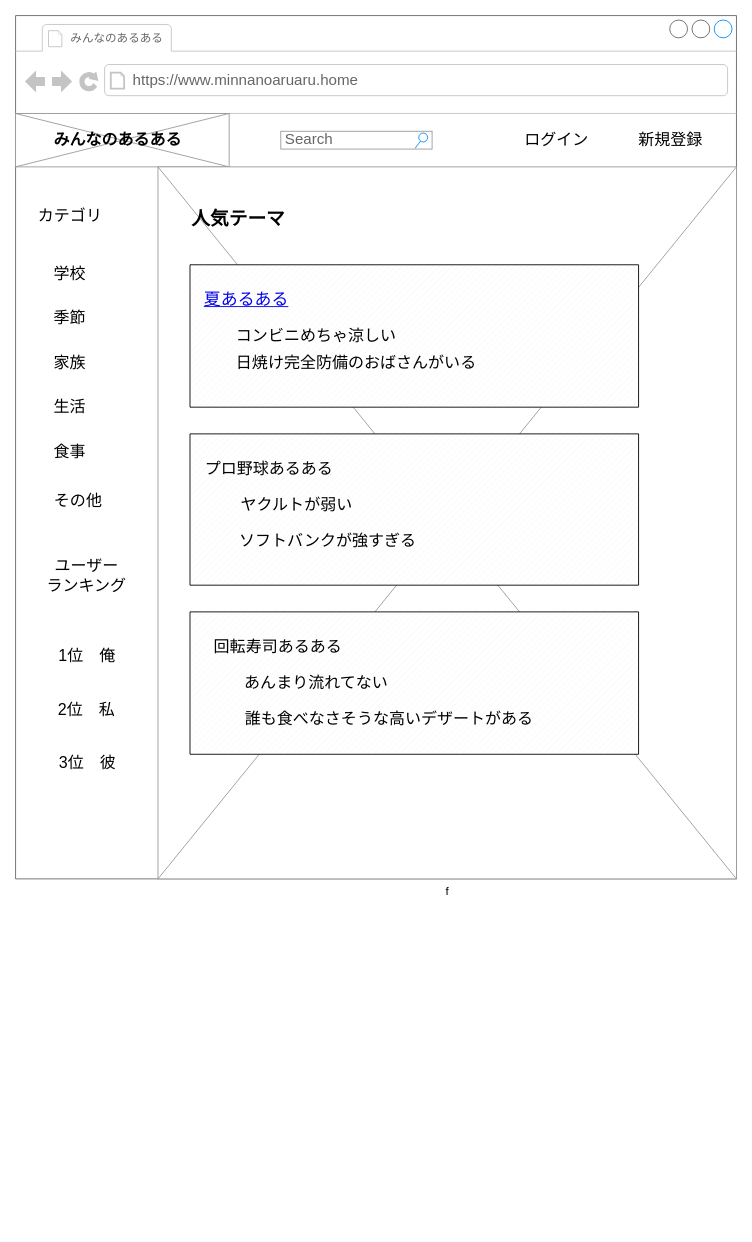
Before: page "トップ" (1 of 2) of 名称未設定ファイル.drawio in hironobu0824/aruaruapp, a draw.io diagram. Source tidied: cells renumbered, new cells numbered last; positions are measured from the earlier drawing's top-left corner, leaving out a move shared by most shapes. Both pictures are drawn from the tidied source at 89%, with x=0, y=0 at pixel (15, 15).
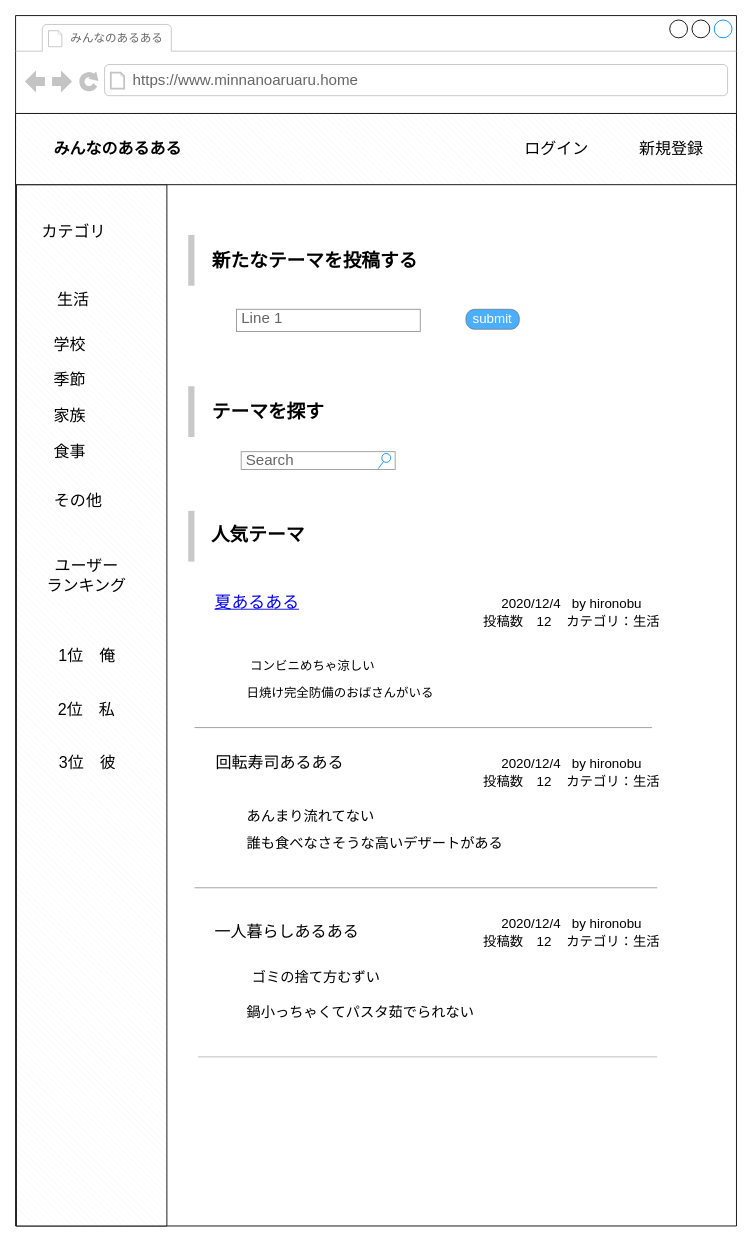
After the change.

Change to the diagram source:
```diff
@@
-    <mxCell id="2" style="strokeWidth=1;shadow=0;dashed=0;align=center;html=1;shape=mxgraph.mockup.containers.browserWindow;rSize=0;strokeColor=#666666;strokeColor2=#008cff;strokeColor3=#c4c4c4;mainText=,;labelBorderColor=#000000;fontSize=13;" parent="1" vertex="1">
-      <mxGeometry width="810" height="970" as="geometry" />
+    <mxCell id="2" style="strokeWidth=1;shadow=0;dashed=0;align=center;html=1;shape=mxgraph.mockup.containers.browserWindow;rSize=0;strokeColor2=#008cff;strokeColor3=#c4c4c4;mainText=,;labelBorderColor=#000000;fontSize=13;" parent="1" vertex="1">
+      <mxGeometry width="810" height="1360" as="geometry" />
     </mxCell>
+    <mxCell id="35" style="verticalLabelPosition=bottom;verticalAlign=top;html=1;shape=mxgraph.basic.patternFillRect;fillStyle=diagRev;step=5;fillStrokeWidth=0.2;fillStrokeColor=#dddddd;fontSize=18;align=left;" parent="2" vertex="1">
+      <mxGeometry x="1" y="190" width="169" height="1170" as="geometry" />
+    </mxCell>
+    <mxCell id="36" style="verticalLabelPosition=bottom;verticalAlign=top;html=1;shape=mxgraph.basic.patternFillRect;fillStyle=diagRev;step=5;fillStrokeWidth=0.2;fillStrokeColor=#dddddd;fontSize=18;align=left;" parent="2" vertex="1">
+      <mxGeometry y="110" width="810" height="80" as="geometry" />
+    </mxCell>
@@
-    <mxCell id="5" style="verticalLabelPosition=bottom;shadow=0;dashed=0;align=center;html=1;verticalAlign=top;strokeWidth=1;shape=mxgraph.mockup.graphics.simpleIcon;strokeColor=#999999;fontSize=13;" parent="2" vertex="1">
-      <mxGeometry y="110" width="240" height="60" as="geometry" />
-    </mxCell>
-    <mxCell id="6" value="f" style="verticalLabelPosition=bottom;shadow=0;dashed=0;align=center;html=1;verticalAlign=top;strokeWidth=1;shape=mxgraph.mockup.graphics.simpleIcon;strokeColor=#999999;fontSize=13;" parent="2" vertex="1">
-      <mxGeometry x="160" y="170" width="650" height="800" as="geometry" />
-    </mxCell>
     <mxCell id="7" value="みんなのあるある" style="text;html=1;strokeColor=none;fillColor=none;align=center;verticalAlign=middle;whiteSpace=wrap;rounded=0;fontSize=18;fontStyle=1;" parent="2" vertex="1">
-      <mxGeometry y="110" width="230" height="60" as="geometry" />
+      <mxGeometry y="120" width="230" height="60" as="geometry" />
     </mxCell>
     <mxCell id="8" value="Search" style="strokeWidth=1;shadow=0;dashed=0;align=center;html=1;shape=mxgraph.mockup.forms.searchBox;strokeColor=#999999;mainText=;strokeColor2=#008cff;fontColor=#666666;fontSize=17;align=left;spacingLeft=3;" parent="2" vertex="1">
-      <mxGeometry x="298" y="130" width="170" height="20" as="geometry" />
+      <mxGeometry x="253.5" y="490" width="173" height="20" as="geometry" />
     </mxCell>
     <mxCell id="9" value="ログイン" style="text;html=1;strokeColor=none;fillColor=none;align=center;verticalAlign=middle;whiteSpace=wrap;rounded=0;fontSize=18;" parent="2" vertex="1">
-      <mxGeometry x="566" y="130" width="84" height="20" as="geometry" />
+      <mxGeometry x="566" y="140" width="84" height="20" as="geometry" />
     </mxCell>
     <mxCell id="10" value="新規登録" style="text;html=1;strokeColor=none;fillColor=none;align=center;verticalAlign=middle;whiteSpace=wrap;rounded=0;fontSize=18;" parent="2" vertex="1">
-      <mxGeometry x="699" y="130" width="74" height="20" as="geometry" />
+      <mxGeometry x="700" y="140" width="74" height="20" as="geometry" />
     </mxCell>
     <mxCell id="11" value="カテゴリ" style="text;html=1;align=center;verticalAlign=middle;fontSize=18;" parent="2" vertex="1">
-      <mxGeometry x="16" y="210" width="90" height="30" as="geometry" />
+      <mxGeometry x="20" y="227.5" width="90" height="30" as="geometry" />
     </mxCell>
     <mxCell id="12" value="学校" style="text;html=1;strokeColor=none;fillColor=none;align=center;verticalAlign=middle;whiteSpace=wrap;rounded=0;fontSize=18;" parent="2" vertex="1">
-      <mxGeometry x="41" y="280" width="40" height="20" as="geometry" />
+      <mxGeometry x="41" y="360" width="40" height="20" as="geometry" />
     </mxCell>
     <mxCell id="13" value="季節" style="text;html=1;strokeColor=none;fillColor=none;align=center;verticalAlign=middle;whiteSpace=wrap;rounded=0;fontSize=18;" parent="2" vertex="1">
-      <mxGeometry x="41" y="330" width="40" height="20" as="geometry" />
+      <mxGeometry x="41" y="400" width="40" height="20" as="geometry" />
     </mxCell>
     <mxCell id="14" value="家族" style="text;html=1;strokeColor=none;fillColor=none;align=center;verticalAlign=middle;whiteSpace=wrap;rounded=0;fontSize=18;" parent="2" vertex="1">
-      <mxGeometry x="41" y="380" width="40" height="20" as="geometry" />
+      <mxGeometry x="41" y="440" width="40" height="20" as="geometry" />
     </mxCell>
-    <mxCell id="15" value="生活" style="text;html=1;strokeColor=none;fillColor=none;align=center;verticalAlign=middle;whiteSpace=wrap;rounded=0;fontSize=18;" parent="2" vertex="1">
-      <mxGeometry x="41" y="430" width="40" height="20" as="geometry" />
-    </mxCell>
@@
-    <mxCell id="22" style="verticalLabelPosition=bottom;verticalAlign=top;html=1;shape=mxgraph.basic.patternFillRect;fillStyle=diag;step=5;fillStrokeWidth=0.2;fillStrokeColor=#dddddd;fontSize=18;align=left;" parent="2" vertex="1">
-      <mxGeometry x="196" y="280" width="504" height="160" as="geometry" />
-    </mxCell>
-    <mxCell id="23" style="verticalLabelPosition=bottom;verticalAlign=top;html=1;shape=mxgraph.basic.patternFillRect;fillStyle=diag;step=5;fillStrokeWidth=0.2;fillStrokeColor=#dddddd;fontSize=18;align=left;" parent="2" vertex="1">
-      <mxGeometry x="196" y="470" width="504" height="170" as="geometry" />
-    </mxCell>
-    <mxCell id="24" style="verticalLabelPosition=bottom;verticalAlign=top;html=1;shape=mxgraph.basic.patternFillRect;fillStyle=diag;step=5;fillStrokeWidth=0.2;fillStrokeColor=#dddddd;fontSize=18;align=left;" parent="2" vertex="1">
-      <mxGeometry x="196" y="670" width="504" height="160" as="geometry" />
-    </mxCell>
     <mxCell id="25" value="&lt;font style=&quot;font-size: 21px&quot;&gt;人気テーマ&lt;/font&gt;" style="text;html=1;strokeColor=none;fillColor=none;align=left;verticalAlign=middle;whiteSpace=wrap;rounded=0;fontSize=18;fontStyle=1;" parent="2" vertex="1">
-      <mxGeometry x="196" y="205" width="244" height="45" as="geometry" />
+      <mxGeometry x="218" y="560" width="244" height="45" as="geometry" />
     </mxCell>
     <mxCell id="26" value="&lt;font style=&quot;font-size: 19px&quot;&gt;&lt;a href=&quot;ページ2&quot;&gt;夏あるある&lt;/a&gt;&lt;/font&gt;" style="text;html=1;strokeColor=none;fillColor=none;align=left;verticalAlign=middle;whiteSpace=wrap;rounded=0;fontSize=18;" parent="2" vertex="1">
-      <mxGeometry x="210" y="300" width="120" height="40" as="geometry" />
+      <mxGeometry x="222" y="640" width="120" height="40" as="geometry" />
     </mxCell>
-    <mxCell id="27" value="コンビニめちゃ涼しい" style="text;html=1;strokeColor=none;fillColor=none;align=left;verticalAlign=middle;whiteSpace=wrap;rounded=0;fontSize=18;" parent="2" vertex="1">
-      <mxGeometry x="246" y="350" width="204" height="20" as="geometry" />
+    <mxCell id="27" value="&lt;font style=&quot;font-size: 14px&quot;&gt;コンビニめちゃ涼しい&lt;/font&gt;" style="text;html=1;strokeColor=none;fillColor=none;align=left;verticalAlign=middle;whiteSpace=wrap;rounded=0;fontSize=16;" parent="2" vertex="1">
+      <mxGeometry x="262" y="720" width="204" height="20" as="geometry" />
     </mxCell>
-    <mxCell id="28" value="日焼け完全防備のおばさんがいる" style="text;html=1;strokeColor=none;fillColor=none;align=left;verticalAlign=middle;whiteSpace=wrap;rounded=0;fontSize=18;" parent="2" vertex="1">
-      <mxGeometry x="246" y="380" width="274" height="20" as="geometry" />
+    <mxCell id="28" value="&lt;font style=&quot;font-size: 14px&quot;&gt;日焼け完全防備のおばさんがいる&lt;/font&gt;" style="text;html=1;strokeColor=none;fillColor=none;align=left;verticalAlign=middle;whiteSpace=wrap;rounded=0;fontSize=16;" parent="2" vertex="1">
+      <mxGeometry x="258" y="750" width="274" height="20" as="geometry" />
     </mxCell>
-    <mxCell id="29" value="プロ野球あるある" style="text;html=1;strokeColor=none;fillColor=none;align=center;verticalAlign=middle;whiteSpace=wrap;rounded=0;fontSize=18;" parent="2" vertex="1">
-      <mxGeometry x="210" y="500" width="150" height="20" as="geometry" />
-    </mxCell>
-    <mxCell id="30" value="ヤクルトが弱い" style="text;html=1;strokeColor=none;fillColor=none;align=center;verticalAlign=middle;whiteSpace=wrap;rounded=0;fontSize=18;" parent="2" vertex="1">
-      <mxGeometry x="246" y="540" width="140" height="20" as="geometry" />
-    </mxCell>
-    <mxCell id="31" value="ソフトバンクが強すぎる" style="text;html=1;strokeColor=none;fillColor=none;align=center;verticalAlign=middle;whiteSpace=wrap;rounded=0;fontSize=18;" parent="2" vertex="1">
-      <mxGeometry x="246" y="580" width="210" height="20" as="geometry" />
-    </mxCell>
     <mxCell id="32" value="回転寿司あるある" style="text;html=1;strokeColor=none;fillColor=none;align=center;verticalAlign=middle;whiteSpace=wrap;rounded=0;fontSize=18;" parent="2" vertex="1">
-      <mxGeometry x="220" y="700" width="150" height="20" as="geometry" />
+      <mxGeometry x="222" y="830" width="150" height="20" as="geometry" />
     </mxCell>
-    <mxCell id="33" value="あんまり流れてない" style="text;html=1;strokeColor=none;fillColor=none;align=center;verticalAlign=middle;whiteSpace=wrap;rounded=0;fontSize=18;" parent="2" vertex="1">
-      <mxGeometry x="256" y="740" width="164" height="20" as="geometry" />
+    <mxCell id="33" value="あんまり流れてない" style="text;html=1;strokeColor=none;fillColor=none;align=left;verticalAlign=middle;whiteSpace=wrap;rounded=0;fontSize=16;" parent="2" vertex="1">
+      <mxGeometry x="258" y="890" width="164" height="20" as="geometry" />
     </mxCell>
-    <mxCell id="34" value="誰も食べなさそうな高いデザートがある" style="text;html=1;strokeColor=none;fillColor=none;align=left;verticalAlign=middle;whiteSpace=wrap;rounded=0;fontSize=18;" parent="2" vertex="1">
-      <mxGeometry x="256" y="780" width="344" height="20" as="geometry" />
+    <mxCell id="34" value="誰も食べなさそうな高いデザートがある" style="text;html=1;strokeColor=none;fillColor=none;align=left;verticalAlign=middle;whiteSpace=wrap;rounded=0;fontSize=16;" parent="2" vertex="1">
+      <mxGeometry x="258" y="920" width="344" height="20" as="geometry" />
     </mxCell>
+    <mxCell id="37" style="verticalLabelPosition=bottom;shadow=0;dashed=0;align=center;html=1;verticalAlign=top;strokeWidth=1;shape=mxgraph.mockup.markup.line;strokeColor=#999999;fontSize=18;" parent="2" vertex="1">
+      <mxGeometry x="201" y="790" width="514" height="20" as="geometry" />
+    </mxCell>
+    <mxCell id="38" style="verticalLabelPosition=bottom;shadow=0;dashed=0;align=center;html=1;verticalAlign=top;strokeWidth=1;shape=mxgraph.mockup.markup.line;strokeColor=#999999;fontSize=18;" parent="2" vertex="1">
+      <mxGeometry x="201" y="970" width="520" height="20" as="geometry" />
+    </mxCell>
+    <mxCell id="39" style="shape=partialRectangle;whiteSpace=wrap;html=1;right=0;top=0;bottom=0;fillColor=none;routingCenterX=-0.5;strokeColor=#B3B3B3;strokeWidth=7;fontSize=18;opacity=70;align=left;" parent="2" vertex="1">
+      <mxGeometry x="197.5" y="560" width="415" height="50" as="geometry" />
+    </mxCell>
+    <mxCell id="40" value="一人暮らしあるある" style="text;html=1;strokeColor=none;fillColor=none;align=left;verticalAlign=middle;whiteSpace=wrap;rounded=0;fontSize=18;opacity=70;" parent="2" vertex="1">
+      <mxGeometry x="222" y="1020" width="170" height="20" as="geometry" />
+    </mxCell>
+    <mxCell id="41" value="&lt;font style=&quot;font-size: 16px&quot;&gt;ゴミの捨て方むずい&lt;/font&gt;" style="text;html=1;strokeColor=none;fillColor=none;align=left;verticalAlign=middle;whiteSpace=wrap;rounded=0;fontSize=18;opacity=70;" parent="2" vertex="1">
+      <mxGeometry x="264" y="1070" width="212" height="20" as="geometry" />
+    </mxCell>
+    <mxCell id="42" value="&lt;span style=&quot;font-size: 16px&quot;&gt;鍋小っちゃくてパスタ茹でられない&lt;/span&gt;" style="text;html=1;strokeColor=none;fillColor=none;align=left;verticalAlign=middle;whiteSpace=wrap;rounded=0;fontSize=18;opacity=70;" parent="2" vertex="1">
+      <mxGeometry x="258" y="1110" width="262" height="20" as="geometry" />
+    </mxCell>
+    <mxCell id="43" style="verticalLabelPosition=bottom;shadow=0;dashed=0;align=center;html=1;verticalAlign=top;strokeWidth=1;shape=mxgraph.mockup.markup.line;strokeColor=#999999;fontSize=18;opacity=70;" parent="2" vertex="1">
+      <mxGeometry x="205" y="1160" width="516" height="20" as="geometry" />
+    </mxCell>
+    <mxCell id="44" style="shape=partialRectangle;whiteSpace=wrap;html=1;right=0;top=0;bottom=0;fillColor=none;routingCenterX=-0.5;strokeColor=#B3B3B3;strokeWidth=7;fontSize=18;opacity=70;align=left;" parent="2" vertex="1">
+      <mxGeometry x="197.5" y="420" width="415" height="50" as="geometry" />
+    </mxCell>
+    <mxCell id="15" value="生活" style="text;html=1;strokeColor=none;fillColor=none;align=center;verticalAlign=middle;whiteSpace=wrap;rounded=0;fontSize=18;opacity=70;" parent="2" vertex="1">
+      <mxGeometry x="45" y="310" width="40" height="20" as="geometry" />
+    </mxCell>
+    <mxCell id="45" value="テーマを探す" style="text;html=1;strokeColor=none;fillColor=none;align=left;verticalAlign=middle;whiteSpace=wrap;rounded=0;fontSize=21;opacity=70;fontStyle=1;" parent="2" vertex="1">
+      <mxGeometry x="219" y="435" width="145" height="20" as="geometry" />
+    </mxCell>
+    <mxCell id="46" style="shape=partialRectangle;whiteSpace=wrap;html=1;right=0;top=0;bottom=0;fillColor=none;routingCenterX=-0.5;strokeColor=#B3B3B3;strokeWidth=7;fontSize=18;opacity=70;align=left;" parent="2" vertex="1">
+      <mxGeometry x="197.5" y="250" width="412.5" height="50" as="geometry" />
+    </mxCell>
+    <mxCell id="47" value="新たなテーマを投稿する" style="text;html=1;strokeColor=none;fillColor=none;align=left;verticalAlign=middle;whiteSpace=wrap;rounded=0;fontSize=21;opacity=70;fontStyle=1;" parent="2" vertex="1">
+      <mxGeometry x="219" y="265" width="265" height="20" as="geometry" />
+    </mxCell>
+    <mxCell id="48" value="Line 1" style="strokeWidth=1;shadow=0;dashed=0;align=center;html=1;shape=mxgraph.mockup.text.textBox;fontColor=#666666;align=left;fontSize=17;spacingLeft=4;spacingTop=-3;strokeColor=#666666;mainText=;opacity=70;" parent="2" vertex="1">
+      <mxGeometry x="248.2" y="330" width="206.5" height="25" as="geometry" />
+    </mxCell>
+    <mxCell id="49" value="&lt;span style=&quot;font-weight: normal&quot;&gt;&lt;font style=&quot;font-size: 15px&quot;&gt;submit&lt;/font&gt;&lt;/span&gt;" style="strokeWidth=1;shadow=0;dashed=0;align=center;html=1;shape=mxgraph.mockup.buttons.button;strokeColor=#666666;fontColor=#ffffff;mainText=;buttonStyle=round;fontSize=17;fontStyle=1;fillColor=#008cff;whiteSpace=wrap;opacity=70;" parent="2" vertex="1">
+      <mxGeometry x="506" y="330" width="60" height="22.5" as="geometry" />
+    </mxCell>
+    <mxCell id="50" value="&lt;font style=&quot;font-size: 15px&quot;&gt;&lt;span style=&quot;text-align: left&quot;&gt;2020/12/4&amp;nbsp; &amp;nbsp;&lt;/span&gt;&lt;span style=&quot;text-align: left&quot;&gt;by hironobu&lt;/span&gt;&lt;br style=&quot;text-align: left&quot;&gt;&lt;span style=&quot;text-align: left&quot;&gt;投稿数　12&amp;nbsp; &amp;nbsp;&amp;nbsp;&lt;/span&gt;&lt;span style=&quot;text-align: left&quot;&gt;カテゴリ：生活&lt;/span&gt;&lt;/font&gt;" style="text;html=1;strokeColor=none;fillColor=none;align=center;verticalAlign=middle;whiteSpace=wrap;rounded=0;fontSize=16;opacity=70;" parent="2" vertex="1">
+      <mxGeometry x="520" y="660" width="210" height="20" as="geometry" />
+    </mxCell>
+    <mxCell id="51" value="&lt;font style=&quot;font-size: 15px&quot;&gt;&lt;span style=&quot;text-align: left&quot;&gt;2020/12/4&amp;nbsp; &amp;nbsp;&lt;/span&gt;&lt;span style=&quot;text-align: left&quot;&gt;by hironobu&lt;/span&gt;&lt;br style=&quot;text-align: left&quot;&gt;&lt;span style=&quot;text-align: left&quot;&gt;投稿数　12&amp;nbsp; &amp;nbsp;&amp;nbsp;&lt;/span&gt;&lt;span style=&quot;text-align: left&quot;&gt;カテゴリ：生活&lt;/span&gt;&lt;/font&gt;" style="text;html=1;strokeColor=none;fillColor=none;align=center;verticalAlign=middle;whiteSpace=wrap;rounded=0;fontSize=16;opacity=70;" parent="2" vertex="1">
+      <mxGeometry x="520" y="840" width="210" height="20" as="geometry" />
+    </mxCell>
+    <mxCell id="52" value="&lt;font style=&quot;font-size: 15px&quot;&gt;&lt;span style=&quot;text-align: left&quot;&gt;2020/12/4&amp;nbsp; &amp;nbsp;&lt;/span&gt;&lt;span style=&quot;text-align: left&quot;&gt;by hironobu&lt;/span&gt;&lt;br style=&quot;text-align: left&quot;&gt;&lt;span style=&quot;text-align: left&quot;&gt;投稿数　12&amp;nbsp; &amp;nbsp;&amp;nbsp;&lt;/span&gt;&lt;span style=&quot;text-align: left&quot;&gt;カテゴリ：生活&lt;/span&gt;&lt;/font&gt;" style="text;html=1;strokeColor=none;fillColor=none;align=center;verticalAlign=middle;whiteSpace=wrap;rounded=0;fontSize=16;opacity=70;" parent="2" vertex="1">
+      <mxGeometry x="520" y="1020" width="210" height="20" as="geometry" />
+    </mxCell>
```
